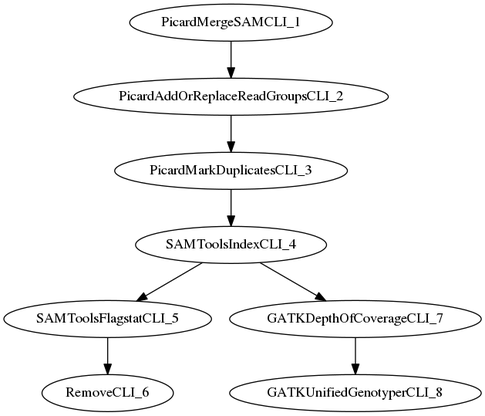
Before: src/site/resources/images/workflow.dag.png, a diagram exported from Graphviz (jdr0887/MaPSeq-Pipeline-NCNEXUS-MergeVC). Its source is kept beside it as src/site/resources/images/workflow.dag.dot.
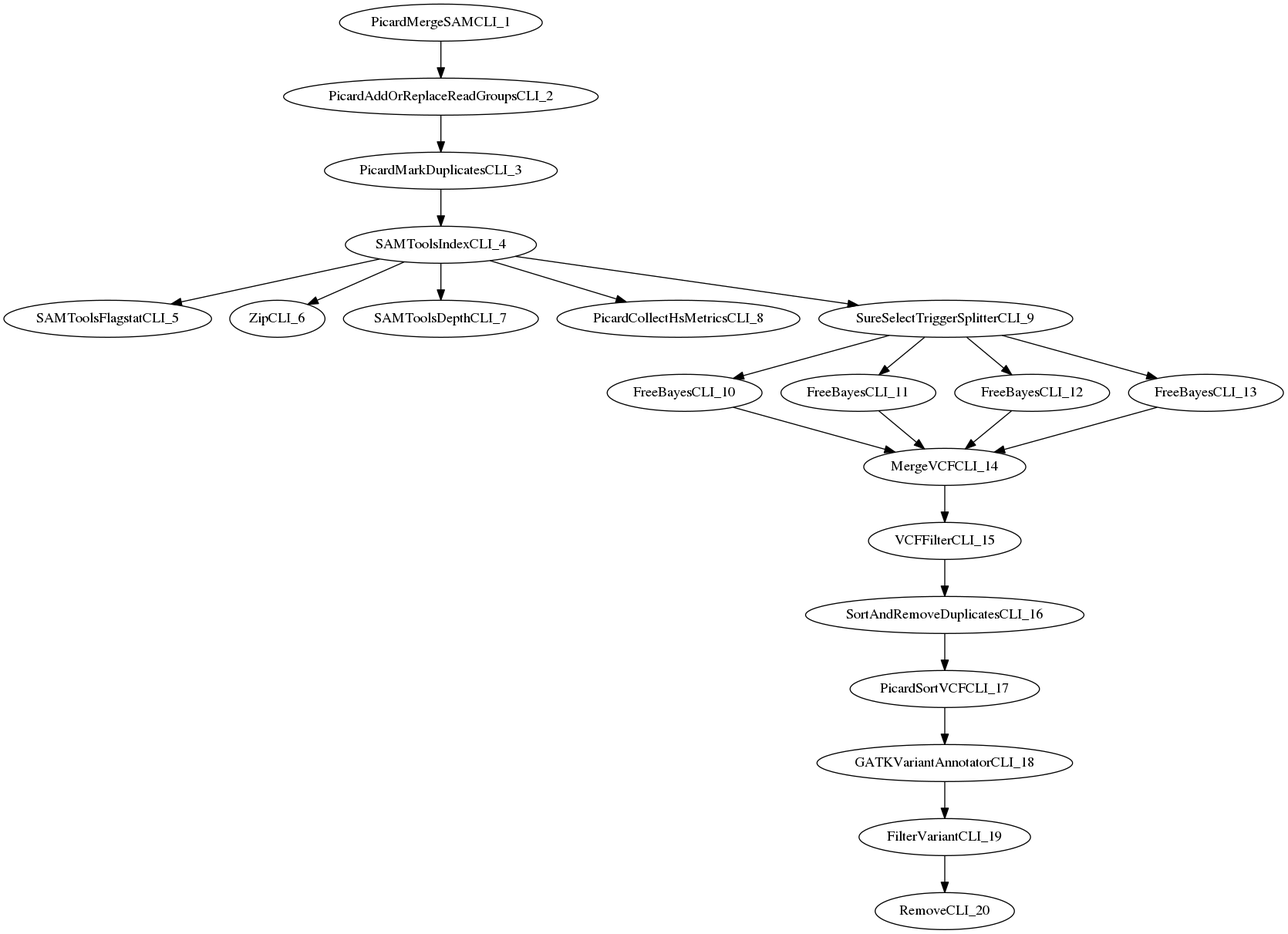
The same file after the commit.

The edit, as a diff of the source:
```diff
@@ -4,14 +4,41 @@
   PicardMarkDuplicatesCLI_3 [ label="PicardMarkDuplicatesCLI_3" ];
   SAMToolsIndexCLI_4 [ label="SAMToolsIndexCLI_4" ];
   SAMToolsFlagstatCLI_5 [ label="SAMToolsFlagstatCLI_5" ];
-  RemoveCLI_6 [ label="RemoveCLI_6" ];
-  GATKDepthOfCoverageCLI_7 [ label="GATKDepthOfCoverageCLI_7" ];
-  GATKUnifiedGenotyperCLI_8 [ label="GATKUnifiedGenotyperCLI_8" ];
+  ZipCLI_6 [ label="ZipCLI_6" ];
+  SAMToolsDepthCLI_7 [ label="SAMToolsDepthCLI_7" ];
+  PicardCollectHsMetricsCLI_8 [ label="PicardCollectHsMetricsCLI_8" ];
+  SureSelectTriggerSplitterCLI_9 [ label="SureSelectTriggerSplitterCLI_9" ];
+  FreeBayesCLI_10 [ label="FreeBayesCLI_10" ];
+  FreeBayesCLI_11 [ label="FreeBayesCLI_11" ];
+  FreeBayesCLI_12 [ label="FreeBayesCLI_12" ];
+  FreeBayesCLI_13 [ label="FreeBayesCLI_13" ];
+  MergeVCFCLI_14 [ label="MergeVCFCLI_14" ];
+  VCFFilterCLI_15 [ label="VCFFilterCLI_15" ];
+  SortAndRemoveDuplicatesCLI_16 [ label="SortAndRemoveDuplicatesCLI_16" ];
+  PicardSortVCFCLI_17 [ label="PicardSortVCFCLI_17" ];
+  GATKVariantAnnotatorCLI_18 [ label="GATKVariantAnnotatorCLI_18" ];
+  FilterVariantCLI_19 [ label="FilterVariantCLI_19" ];
+  RemoveCLI_20 [ label="RemoveCLI_20" ];
   PicardMergeSAMCLI_1 -> PicardAddOrReplaceReadGroupsCLI_2;
   PicardAddOrReplaceReadGroupsCLI_2 -> PicardMarkDuplicatesCLI_3;
   PicardMarkDuplicatesCLI_3 -> SAMToolsIndexCLI_4;
   SAMToolsIndexCLI_4 -> SAMToolsFlagstatCLI_5;
-  SAMToolsFlagstatCLI_5 -> RemoveCLI_6;
-  SAMToolsIndexCLI_4 -> GATKDepthOfCoverageCLI_7;
-  GATKDepthOfCoverageCLI_7 -> GATKUnifiedGenotyperCLI_8;
+  SAMToolsIndexCLI_4 -> ZipCLI_6;
+  SAMToolsIndexCLI_4 -> SAMToolsDepthCLI_7;
+  SAMToolsIndexCLI_4 -> PicardCollectHsMetricsCLI_8;
+  SAMToolsIndexCLI_4 -> SureSelectTriggerSplitterCLI_9;
+  SureSelectTriggerSplitterCLI_9 -> FreeBayesCLI_10;
+  SureSelectTriggerSplitterCLI_9 -> FreeBayesCLI_11;
+  SureSelectTriggerSplitterCLI_9 -> FreeBayesCLI_12;
+  SureSelectTriggerSplitterCLI_9 -> FreeBayesCLI_13;
+  FreeBayesCLI_10 -> MergeVCFCLI_14;
+  FreeBayesCLI_11 -> MergeVCFCLI_14;
+  FreeBayesCLI_12 -> MergeVCFCLI_14;
+  FreeBayesCLI_13 -> MergeVCFCLI_14;
+  MergeVCFCLI_14 -> VCFFilterCLI_15;
+  VCFFilterCLI_15 -> SortAndRemoveDuplicatesCLI_16;
+  SortAndRemoveDuplicatesCLI_16 -> PicardSortVCFCLI_17;
+  PicardSortVCFCLI_17 -> GATKVariantAnnotatorCLI_18;
+  GATKVariantAnnotatorCLI_18 -> FilterVariantCLI_19;
+  FilterVariantCLI_19 -> RemoveCLI_20;
 }
```
